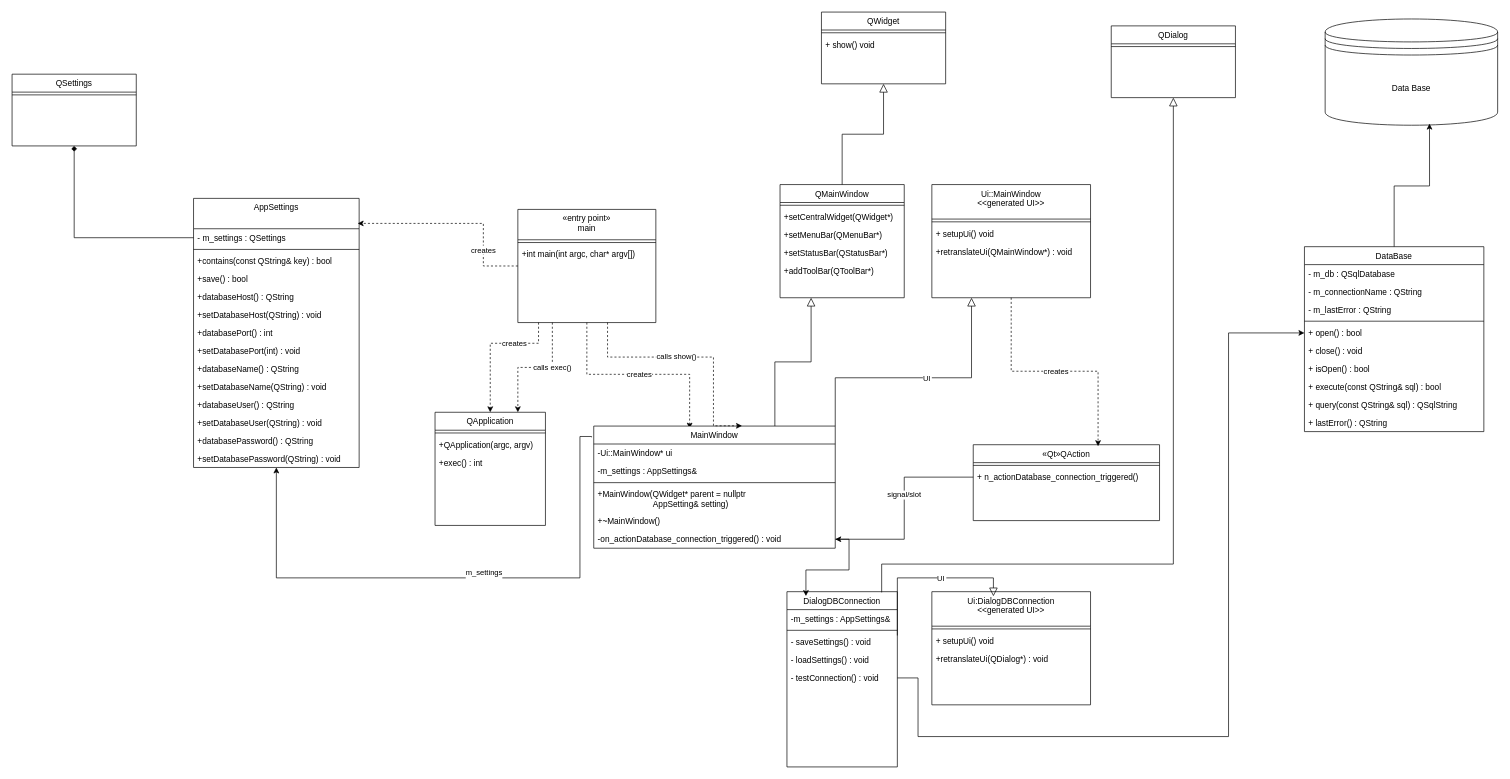
FRomich/Storage2 keeps this draw.io diagram as Storage2.drawio. Above is the earlier version. Source tidied: cells renumbered, new cells numbered last; positions are measured from the earlier drawing's top-left corner, leaving out a move shared by most shapes. Both pictures are drawn from the tidied source at 69%, with x=0, y=0 at pixel (12, 12).
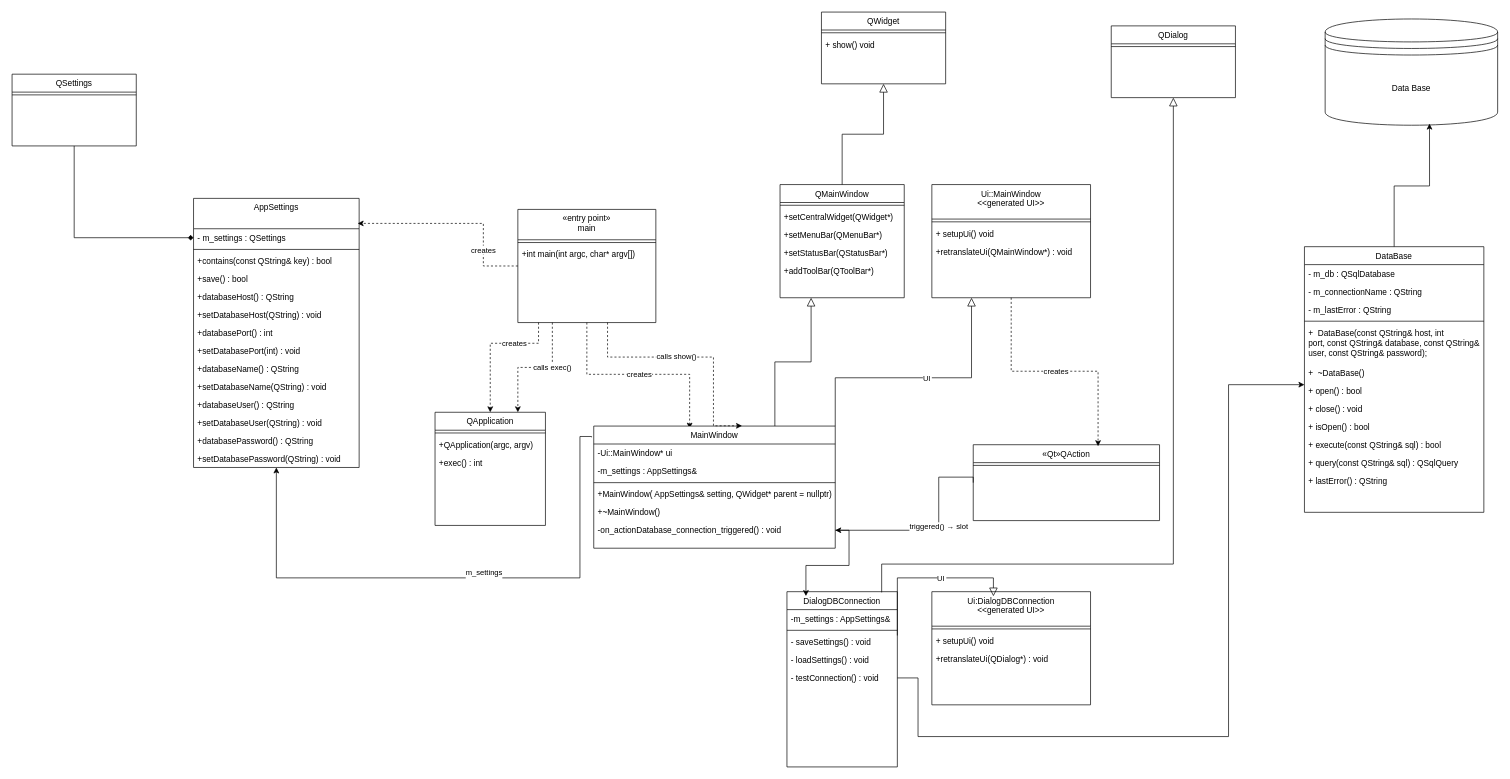
After the change.

Unchanged cells that the change refers to:
```xml
<mxCell id="13" value="MainWindow" style="swimlane;fontStyle=0;align=center;verticalAlign=top;horizontal=1;startSize=26;rounded=0;shadow=0;strokeWidth=1;" parent="1" vertex="1">
  <mxGeometry x="843" y="600" width="350" height="177" as="geometry" />
</mxCell>
<mxCell id="37" value="«Qt»QAction" style="swimlane;fontStyle=0;align=center;verticalAlign=top;horizontal=1;startSize=26;rounded=0;shadow=0;strokeWidth=1;" parent="1" vertex="1">
  <mxGeometry x="1393" y="627" width="270" height="110" as="geometry" />
</mxCell>
<mxCell id="47" value="- testConnection() : void" style="text;align=left;verticalAlign=top;spacingLeft=4;spacingRight=4;overflow=hidden;points=[[0,0.5],[1,0.5]];portConstraint=eastwest;" parent="42" vertex="1">
  <mxGeometry y="112" width="160" height="26" as="geometry" />
</mxCell>
<mxCell id="58" value="- m_settings : QSettings " style="text;align=left;verticalAlign=top;spacingLeft=4;spacingRight=4;overflow=hidden;points=[[0,0.5],[1,0.5]];portConstraint=eastwest;" parent="57" vertex="1">
  <mxGeometry y="44" width="240" height="26" as="geometry" />
</mxCell>
<mxCell id="72" value="QSettings" style="swimlane;fontStyle=0;align=center;verticalAlign=top;horizontal=1;startSize=26;rounded=0;shadow=0;strokeWidth=1;" parent="1" vertex="1">
  <mxGeometry y="90" width="180" height="104" as="geometry" />
</mxCell>
```

The edit, as a diff of the source:
```diff
@@
-    <mxCell id="17" value="+MainWindow(QWidget* parent = nullptr&#10;                        AppSetting&amp; setting)" style="text;align=left;verticalAlign=top;spacingLeft=4;spacingRight=4;overflow=hidden;" parent="13" vertex="1">
-      <mxGeometry y="86" width="350" height="39" as="geometry" />
+    <mxCell id="17" value="+MainWindow( AppSettings&amp; setting, QWidget* parent = nullptr)" style="text;align=left;verticalAlign=top;spacingLeft=4;spacingRight=4;overflow=hidden;" parent="13" vertex="1">
+      <mxGeometry y="86" width="350" height="26" as="geometry" />
     </mxCell>
     <mxCell id="18" value="+~MainWindow()" style="text;align=left;verticalAlign=top;spacingLeft=4;spacingRight=4;overflow=hidden;" parent="13" vertex="1">
-      <mxGeometry y="125" width="350" height="26" as="geometry" />
+      <mxGeometry y="112" width="350" height="26" as="geometry" />
     </mxCell>
     <mxCell id="19" value="-on_actionDatabase_connection_triggered() : void" style="text;align=left;verticalAlign=top;spacingLeft=4;spacingRight=4;overflow=hidden;points=[[0,0.5],[1,0.5]];portConstraint=eastwest;" parent="13" vertex="1">
-      <mxGeometry y="151" width="350" height="26" as="geometry" />
+      <mxGeometry y="138" width="350" height="26" as="geometry" />
     </mxCell>
@@
-    <mxCell id="39" value="+ n_actionDatabase_connection_triggered()" style="text;align=left;verticalAlign=top;spacingLeft=4;spacingRight=4;overflow=hidden;points=[[0,0.5],[1,0.5]];portConstraint=eastwest;" parent="37" vertex="1">
-      <mxGeometry y="34" width="270" height="26" as="geometry" />
-    </mxCell>
@@
-    <mxCell id="41" value="signal/slot" style="edgeStyle=orthogonalEdgeStyle;rounded=0;jettySize=auto;html=1;" parent="1" edge="1" source="39" target="19">
-      <mxGeometry x="-0.13" relative="1" as="geometry" />
+    <mxCell id="41" value="triggered() → slot" style="edgeStyle=orthogonalEdgeStyle;rounded=0;jettySize=auto;html=1;exitX=0;exitY=0.5;exitDx=0;exitDy=0;" parent="1" edge="1" source="37" target="19">
+      <mxGeometry x="-0.09" relative="1" as="geometry">
+        <Array as="points">
+          <mxPoint x="1393" y="674" />
+          <mxPoint x="1343" y="674" />
+          <mxPoint x="1343" y="751" />
+        </Array>
+      </mxGeometry>
     </mxCell>
@@
     <mxCell id="76" value="DataBase" style="swimlane;fontStyle=0;align=center;verticalAlign=top;horizontal=1;startSize=26;rounded=0;shadow=0;strokeWidth=1;" parent="1" vertex="1">
-      <mxGeometry x="1873" y="340" width="260" height="268" as="geometry" />
+      <mxGeometry x="1873" y="340" width="260" height="385" as="geometry" />
     </mxCell>
@@
+    <mxCell id="90" value="+  DataBase(const QString&amp; host, int port, const QString&amp; database, const QString&amp; user, const QString&amp; password);" style="text;align=left;verticalAlign=top;spacingLeft=4;spacingRight=4;overflow=hidden;whiteSpace=wrap;" parent="76" vertex="1">
+      <mxGeometry y="112" width="260" height="58" as="geometry" />
+    </mxCell>
+    <mxCell id="91" value="+  ~DataBase()" style="text;align=left;verticalAlign=top;spacingLeft=4;spacingRight=4;overflow=hidden;" parent="76" vertex="1">
+      <mxGeometry y="170" width="260" height="26" as="geometry" />
+    </mxCell>
     <mxCell id="81" value="+ open() : bool" style="text;align=left;verticalAlign=top;spacingLeft=4;spacingRight=4;overflow=hidden;points=[[0,0.5],[1,0.5]];portConstraint=eastwest;" parent="76" vertex="1">
-      <mxGeometry y="112" width="260" height="26" as="geometry" />
+      <mxGeometry y="196" width="260" height="26" as="geometry" />
     </mxCell>
     <mxCell id="82" value="+ close() : void" style="text;align=left;verticalAlign=top;spacingLeft=4;spacingRight=4;overflow=hidden;" parent="76" vertex="1">
-      <mxGeometry y="138" width="260" height="26" as="geometry" />
+      <mxGeometry y="222" width="260" height="26" as="geometry" />
     </mxCell>
     <mxCell id="83" value="+ isOpen() : bool" style="text;align=left;verticalAlign=top;spacingLeft=4;spacingRight=4;overflow=hidden;" parent="76" vertex="1">
-      <mxGeometry y="164" width="260" height="26" as="geometry" />
+      <mxGeometry y="248" width="260" height="26" as="geometry" />
     </mxCell>
     <mxCell id="84" value="+ execute(const QString&amp; sql) : bool" style="text;align=left;verticalAlign=top;spacingLeft=4;spacingRight=4;overflow=hidden;" parent="76" vertex="1">
-      <mxGeometry y="190" width="260" height="26" as="geometry" />
+      <mxGeometry y="274" width="260" height="26" as="geometry" />
     </mxCell>
-    <mxCell id="85" value="+ query(const QString&amp; sql) : QSqlString" style="text;align=left;verticalAlign=top;spacingLeft=4;spacingRight=4;overflow=hidden;" parent="76" vertex="1">
-      <mxGeometry y="216" width="260" height="26" as="geometry" />
+    <mxCell id="85" value="+ query(const QString&amp; sql) : QSqlQuery" style="text;align=left;verticalAlign=top;spacingLeft=4;spacingRight=4;overflow=hidden;" parent="76" vertex="1">
+      <mxGeometry y="300" width="260" height="26" as="geometry" />
     </mxCell>
     <mxCell id="86" value="+ lastError() : QString" style="text;align=left;verticalAlign=top;spacingLeft=4;spacingRight=4;overflow=hidden;" parent="76" vertex="1">
-      <mxGeometry y="242" width="260" height="26" as="geometry" />
+      <mxGeometry y="326" width="260" height="26" as="geometry" />
     </mxCell>
-    <mxCell id="87" style="edgeStyle=orthogonalEdgeStyle;rounded=0;jettySize=auto;html=1;entryX=0.5;entryY=1;entryDx=0;entryDy=0;endArrow=diamond;endFill=1;" parent="1" edge="1" source="58" target="72">
+    <mxCell id="87" style="edgeStyle=orthogonalEdgeStyle;rounded=0;jettySize=auto;html=1;entryX=0.5;entryY=1;entryDx=0;entryDy=0;endArrow=none;endFill=0;startArrow=diamond;startFill=1;" parent="1" edge="1" source="58" target="72">
       <mxGeometry relative="1" as="geometry" />
     </mxCell>
@@
     <mxCell id="89" style="edgeStyle=orthogonalEdgeStyle;rounded=0;jettySize=auto;html=1;exitX=1;exitY=0.5;exitDx=0;exitDy=0;" parent="1" edge="1" source="47" target="81">
-      <mxGeometry x="0.13" relative="1" as="geometry">
+      <mxGeometry x="0.61" relative="1" as="geometry">
         <Array as="points">
           <mxPoint x="1313" y="965" />
           <mxPoint x="1313" y="1050" />
           <mxPoint x="1763" y="1050" />
-          <mxPoint x="1763" y="465" />
+          <mxPoint x="1763" y="540" />
         </Array>
       </mxGeometry>
     </mxCell>
```
